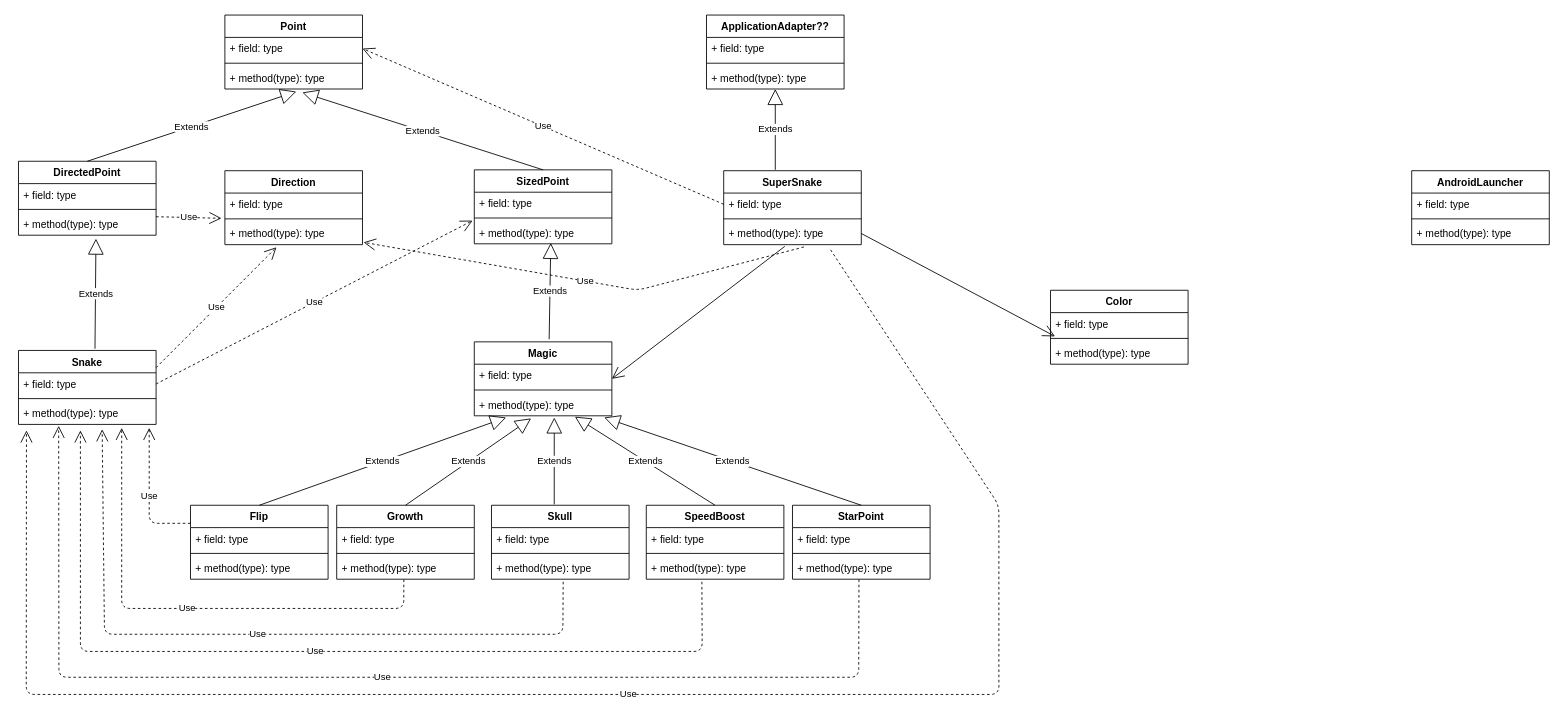
This is UML Inlämningsuppgift.drawio from toblinds/Inl-mningsuppgift, a draw.io file, before an edit. Source tidied: cells renumbered, new cells numbered last; positions are measured from the earlier drawing's top-left corner, leaving out a move shared by most shapes. Both pictures are drawn from the tidied source at 86%, with x=0, y=0 at pixel (18, 15).
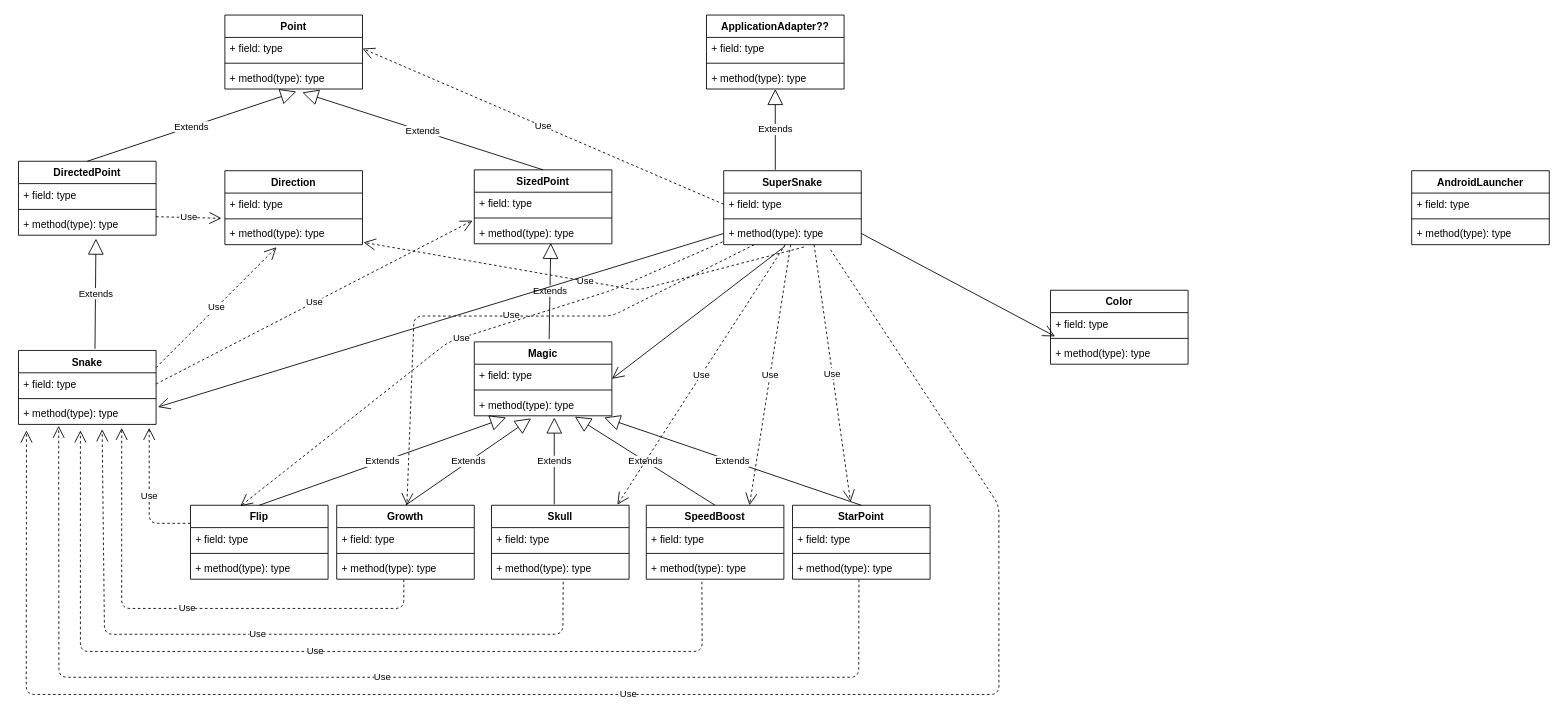
After the change.

The change refers to these unchanged cells:
```xml
<mxCell id="13" value="+ method(type): type" style="text;strokeColor=none;fillColor=none;align=left;verticalAlign=top;spacingLeft=4;spacingRight=4;overflow=hidden;points=[[0,0.5],[1,0.5]];portConstraint=eastwest;" parent="10" vertex="1">
  <mxGeometry y="60" width="160" height="26" as="geometry" />
</mxCell>
<mxCell id="30" value="Flip" style="swimlane;fontStyle=1;align=center;verticalAlign=top;horizontal=1;startSize=26;" parent="1" vertex="1">
  <mxGeometry x="200" y="570" width="160" height="86" as="geometry" />
</mxCell>
<mxCell id="34" value="Growth" style="swimlane;fontStyle=1;align=center;verticalAlign=top;horizontal=1;startSize=26;" parent="1" vertex="1">
  <mxGeometry x="370" y="570" width="160" height="86" as="geometry" />
</mxCell>
<mxCell id="38" value="Skull" style="swimlane;fontStyle=1;align=center;verticalAlign=top;horizontal=1;startSize=26;" parent="1" vertex="1">
  <mxGeometry x="550" y="570" width="160" height="86" as="geometry" />
</mxCell>
<mxCell id="42" value="SpeedBoost" style="swimlane;fontStyle=1;align=center;verticalAlign=top;horizontal=1;startSize=26;" parent="1" vertex="1">
  <mxGeometry x="730" y="570" width="160" height="86" as="geometry" />
</mxCell>
<mxCell id="46" value="StarPoint" style="swimlane;fontStyle=1;align=center;verticalAlign=top;horizontal=1;startSize=26;" parent="1" vertex="1">
  <mxGeometry x="900" y="570" width="160" height="86" as="geometry" />
</mxCell>
<mxCell id="58" value="+ method(type): type" style="text;strokeColor=none;fillColor=none;align=left;verticalAlign=top;spacingLeft=4;spacingRight=4;overflow=hidden;points=[[0,0.5],[1,0.5]];portConstraint=eastwest;" parent="55" vertex="1">
  <mxGeometry y="60" width="160" height="26" as="geometry" />
</mxCell>
```

Diff of the diagram source:
```diff
@@
+    <mxCell id="85" value="Use" style="endArrow=open;endSize=12;dashed=1;html=1;exitX=0.657;exitY=1;exitDx=0;exitDy=0;exitPerimeter=0;entryX=0.422;entryY=-0.044;entryDx=0;entryDy=0;entryPerimeter=0;" parent="1" edge="1" source="58" target="46">
+      <mxGeometry relative="1" as="geometry" />
+    </mxCell>
+    <mxCell id="86" value="Use" style="endArrow=open;endSize=12;dashed=1;html=1;entryX=0.75;entryY=0;entryDx=0;entryDy=0;" parent="1" edge="1" source="58" target="42">
+      <mxGeometry relative="1" as="geometry" />
+    </mxCell>
+    <mxCell id="87" value="Use" style="endArrow=open;endSize=12;dashed=1;html=1;entryX=0.915;entryY=-0.007;entryDx=0;entryDy=0;entryPerimeter=0;" parent="1" edge="1" source="58" target="38">
+      <mxGeometry relative="1" as="geometry" />
+    </mxCell>
+    <mxCell id="88" value="Use" style="endArrow=open;endSize=12;dashed=1;html=1;exitX=0.222;exitY=1;exitDx=0;exitDy=0;exitPerimeter=0;" parent="1" edge="1" source="58" target="34">
+      <mxGeometry x="-0.05" y="-1" relative="1" as="geometry">
+        <Array as="points">
+          <mxPoint x="690" y="350" />
+          <mxPoint x="460" y="350" />
+        </Array>
+      </mxGeometry>
+    </mxCell>
+    <mxCell id="89" value="Use" style="endArrow=open;endSize=12;dashed=1;html=1;exitX=-0.008;exitY=0.877;exitDx=0;exitDy=0;exitPerimeter=0;entryX=0.362;entryY=0.012;entryDx=0;entryDy=0;entryPerimeter=0;" parent="1" edge="1" source="58" target="30">
+      <mxGeometry relative="1" as="geometry">
+        <Array as="points">
+          <mxPoint x="690" y="320" />
+          <mxPoint x="500" y="380" />
+        </Array>
+      </mxGeometry>
+    </mxCell>
+    <mxCell id="90" style="endArrow=open;endFill=1;endSize=12;html=1;exitX=0;exitY=0.5;exitDx=0;exitDy=0;entryX=1.013;entryY=0.223;entryDx=0;entryDy=0;entryPerimeter=0;" parent="1" edge="1" source="58" target="13">
+      <mxGeometry relative="1" as="geometry" />
+    </mxCell>
```
